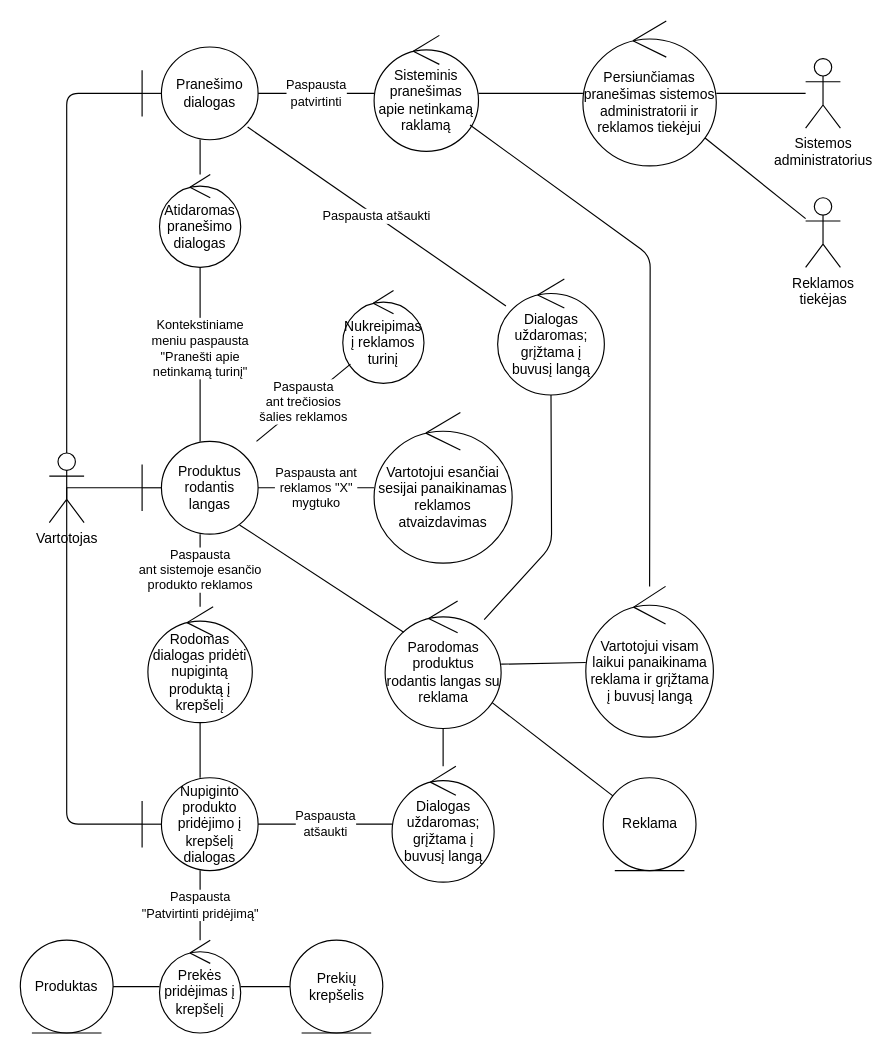
Above: Draw.io/DamnAds_Robust.drawio in Tristanas/PSI2-Food-Bee-Inc (draw.io), before the change. Source tidied: cells renumbered, new cells numbered last; positions are measured from the earlier drawing's top-left corner, leaving out a move shared by most shapes. Both pictures are drawn from the tidied source at 116%, with x=0, y=0 at pixel (20, 21).
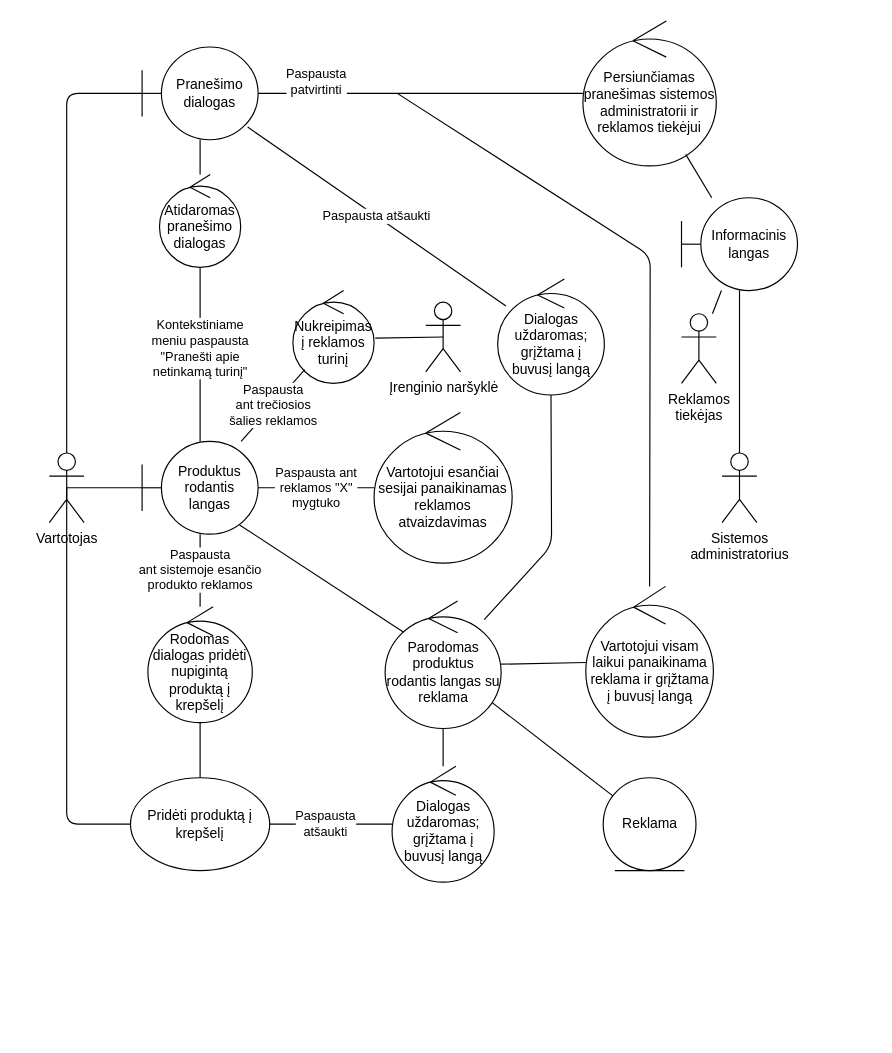
The same page after the edit.

Commit message:
Change ads robust

Outsource adding products to cart to another use case
Add browser actor
Specify notification window

The change refers to these unchanged cells:
```xml
<mxCell id="2" value="Vartotojas&lt;br&gt;" style="shape=umlActor;verticalLabelPosition=bottom;labelBackgroundColor=#ffffff;verticalAlign=top;html=1;" parent="1" vertex="1">
  <mxGeometry x="25" y="372" width="30" height="60" as="geometry" />
</mxCell>
<mxCell id="10" value="Rodomas dialogas pridėti nupigintą produktą į krepšelį&lt;br&gt;" style="ellipse;shape=umlControl;whiteSpace=wrap;html=1;" parent="1" vertex="1">
  <mxGeometry x="110" y="504.5" width="90" height="100" as="geometry" />
</mxCell>
<mxCell id="24" value="Pranešimo&lt;br&gt;dialogas&lt;br&gt;" style="shape=umlBoundary;whiteSpace=wrap;html=1;" parent="1" vertex="1">
  <mxGeometry x="105" y="22" width="100" height="80" as="geometry" />
</mxCell>
<mxCell id="30" value="Dialogas uždaromas; grįžtama į buvusį langą" style="ellipse;shape=umlControl;whiteSpace=wrap;html=1;" parent="1" vertex="1">
  <mxGeometry x="320.5" y="642" width="88" height="100" as="geometry" />
</mxCell>
<mxCell id="35" value="Vartotojui visam laikui panaikinama reklama ir grįžtama į buvusį langą" style="ellipse;shape=umlControl;whiteSpace=wrap;html=1;" parent="1" vertex="1">
  <mxGeometry x="487.5" y="487" width="110" height="130" as="geometry" />
</mxCell>
<mxCell id="40" value="Persiunčiamas pranešimas sistemos administratorii ir reklamos tiekėjui" style="ellipse;shape=umlControl;whiteSpace=wrap;html=1;" parent="1" vertex="1">
  <mxGeometry x="485" y="-0.5" width="115" height="125" as="geometry" />
</mxCell>
```

Change to the diagram source:
```diff
@@
     <mxCell id="4" value="Nukreipimas&lt;br&gt;į reklamos&lt;br&gt;turinį&lt;br&gt;" style="ellipse;shape=umlControl;whiteSpace=wrap;html=1;" parent="1" vertex="1">
-      <mxGeometry x="278" y="232" width="70" height="80" as="geometry" />
+      <mxGeometry x="235" y="232" width="70" height="80" as="geometry" />
     </mxCell>
-    <mxCell id="5" value="Paspausta&lt;br&gt;&quot;Patvirtinti pridėjimą&quot;&lt;br&gt;" style="endArrow=none;html=1;" parent="1" edge="1" source="12" target="16">
-      <mxGeometry relative="1" as="geometry" />
-    </mxCell>
@@
-    <mxCell id="12" value="Nupiginto produkto pridėjimo į krepšelį dialogas" style="shape=umlBoundary;whiteSpace=wrap;html=1;" parent="1" vertex="1">
-      <mxGeometry x="105" y="652" width="100" height="80" as="geometry" />
-    </mxCell>
-    <mxCell id="13" style="endArrow=none;html=1;" parent="1" edge="1" source="10" target="12">
-      <mxGeometry relative="1" as="geometry" />
+    <mxCell id="13" style="endArrow=none;html=1;" parent="1" edge="1" source="10">
+      <mxGeometry relative="1" as="geometry">
+        <mxPoint x="155" y="652" as="targetPoint" />
+      </mxGeometry>
     </mxCell>
-    <mxCell id="14" style="endArrow=none;html=1;exitX=0.5;exitY=0.5;exitDx=0;exitDy=0;exitPerimeter=0;" parent="1" edge="1" source="2" target="12">
+    <mxCell id="14" style="endArrow=none;html=1;exitX=0.5;exitY=0.5;exitDx=0;exitDy=0;exitPerimeter=0;entryX=0;entryY=0.5;entryDx=0;entryDy=0;" parent="1" edge="1" source="2" target="46">
       <mxGeometry relative="1" as="geometry">
         <Array as="points">
           <mxPoint x="40" y="692" />
         </Array>
       </mxGeometry>
     </mxCell>
-    <mxCell id="15" value="Prekių krepšelis" style="ellipse;shape=umlEntity;whiteSpace=wrap;html=1;" parent="1" vertex="1">
-      <mxGeometry x="232.5" y="792" width="80" height="80" as="geometry" />
-    </mxCell>
-    <mxCell id="16" value="Prekės pridėjimas į krepšelį" style="ellipse;shape=umlControl;whiteSpace=wrap;html=1;" parent="1" vertex="1">
-      <mxGeometry x="120" y="792" width="70" height="80" as="geometry" />
-    </mxCell>
-    <mxCell id="17" style="endArrow=none;html=1;" parent="1" edge="1" source="16" target="15">
-      <mxGeometry relative="1" as="geometry" />
-    </mxCell>
-    <mxCell id="18" value="Produktas" style="ellipse;shape=umlEntity;whiteSpace=wrap;html=1;" parent="1" vertex="1">
-      <mxGeometry y="792" width="80" height="80" as="geometry" />
-    </mxCell>
-    <mxCell id="19" style="endArrow=none;html=1;" parent="1" edge="1" source="18" target="16">
-      <mxGeometry relative="1" as="geometry" />
-    </mxCell>
@@
-    <mxCell id="31" value="Paspausta&lt;br&gt;atšaukti" style="endArrow=none;html=1;" parent="1" edge="1" source="12" target="30">
-      <mxGeometry relative="1" as="geometry" />
+    <mxCell id="31" value="Paspausta&lt;br&gt;atšaukti" style="endArrow=none;html=1;" parent="1" edge="1" target="30">
+      <mxGeometry relative="1" as="geometry">
+        <mxPoint x="205" y="692" as="sourcePoint" />
+      </mxGeometry>
     </mxCell>
@@
-    <mxCell id="33" value="Sisteminis pranešimas apie netinkamą raklamą" style="ellipse;shape=umlControl;whiteSpace=wrap;html=1;" parent="1" vertex="1">
-      <mxGeometry x="305" y="12" width="90" height="100" as="geometry" />
-    </mxCell>
-    <mxCell id="34" value="Paspausta&lt;br&gt;patvirtinti&lt;br&gt;" style="endArrow=none;html=1;" parent="1" edge="1" source="24" target="33">
-      <mxGeometry relative="1" as="geometry" />
+    <mxCell id="34" value="Paspausta&lt;br&gt;patvirtinti&lt;br&gt;" style="endArrow=none;html=1;entryX=0;entryY=0.5;entryDx=0;entryDy=0;entryPerimeter=0;" parent="1" edge="1" source="24" target="40">
+      <mxGeometry x="-0.64" y="10" relative="1" as="geometry" />
     </mxCell>
@@
-    <mxCell id="37" style="endArrow=none;html=1;" parent="1" edge="1" source="35" target="33">
+    <mxCell id="37" style="endArrow=none;html=1;" parent="1" edge="1" source="35">
       <mxGeometry relative="1" as="geometry">
+        <mxPoint x="325" y="62" as="targetPoint" />
         <Array as="points">
           <mxPoint x="543" y="202" />
         </Array>
       </mxGeometry>
     </mxCell>
-    <mxCell id="38" style="endArrow=none;html=1;" parent="1" edge="1" source="33" target="40">
-      <mxGeometry relative="1" as="geometry" />
-    </mxCell>
-    <mxCell id="39" style="endArrow=none;html=1;" parent="1" edge="1" source="45" target="40">
+    <mxCell id="39" style="endArrow=none;html=1;" parent="1" edge="1" source="45" target="49">
       <mxGeometry relative="1" as="geometry" />
     </mxCell>
@@
-    <mxCell id="41" style="endArrow=none;html=1;" parent="1" edge="1" source="40" target="44">
+    <mxCell id="41" style="endArrow=none;html=1;" parent="1" edge="1" source="49" target="44">
       <mxGeometry relative="1" as="geometry" />
     </mxCell>
@@
     <mxCell id="44" value="Sistemos&lt;br&gt;administratorius" style="shape=umlActor;verticalLabelPosition=bottom;labelBackgroundColor=#ffffff;verticalAlign=top;html=1;outlineConnect=0;" parent="1" vertex="1">
-      <mxGeometry x="677" y="32" width="30" height="60" as="geometry" />
+      <mxGeometry x="605" y="372" width="30" height="60" as="geometry" />
     </mxCell>
     <mxCell id="45" value="Reklamos&lt;br&gt;tiekėjas&lt;br&gt;" style="shape=umlActor;verticalLabelPosition=bottom;labelBackgroundColor=#ffffff;verticalAlign=top;html=1;outlineConnect=0;" parent="1" vertex="1">
-      <mxGeometry x="677" y="152" width="30" height="60" as="geometry" />
+      <mxGeometry x="570" y="252" width="30" height="60" as="geometry" />
     </mxCell>
+    <mxCell id="46" value="Pridėti produktą į krepšelį" style="ellipse;whiteSpace=wrap;html=1;" parent="1" vertex="1">
+      <mxGeometry x="95" y="652" width="120" height="80" as="geometry" />
+    </mxCell>
+    <mxCell id="47" value="Įrenginio naršyklė" style="shape=umlActor;verticalLabelPosition=bottom;labelBackgroundColor=#ffffff;verticalAlign=top;html=1;outlineConnect=0;" parent="1" vertex="1">
+      <mxGeometry x="349.5" y="242" width="30" height="60" as="geometry" />
+    </mxCell>
+    <mxCell id="48" style="endArrow=none;html=1;entryX=1.014;entryY=0.513;entryDx=0;entryDy=0;entryPerimeter=0;exitX=0.5;exitY=0.5;exitDx=0;exitDy=0;exitPerimeter=0;" parent="1" edge="1" source="47" target="4">
+      <mxGeometry relative="1" as="geometry" />
+    </mxCell>
+    <mxCell id="49" value="Informacinis langas" style="shape=umlBoundary;whiteSpace=wrap;html=1;" parent="1" vertex="1">
+      <mxGeometry x="570" y="152" width="100" height="80" as="geometry" />
+    </mxCell>
+    <mxCell id="50" style="endArrow=none;html=1;" parent="1" edge="1" source="49" target="40">
+      <mxGeometry relative="1" as="geometry" />
+    </mxCell>
```
